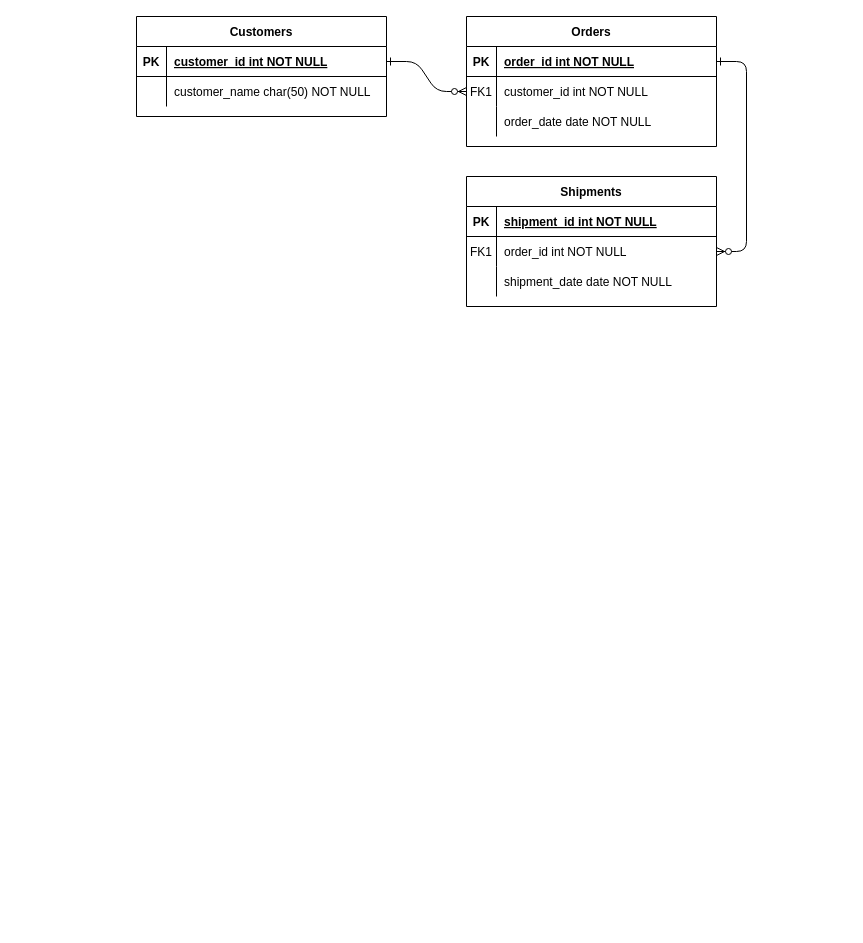
The draw.io diagram 제목 없는 다이어그램.drawio in gangfunction/catchvbackend, before the edit. Source tidied: cells renumbered, new cells numbered last; positions are measured from the earlier drawing's top-left corner, leaving out a move shared by most shapes. Both pictures are drawn from the tidied source at 100%, with x=0, y=0 at pixel (136, 16).
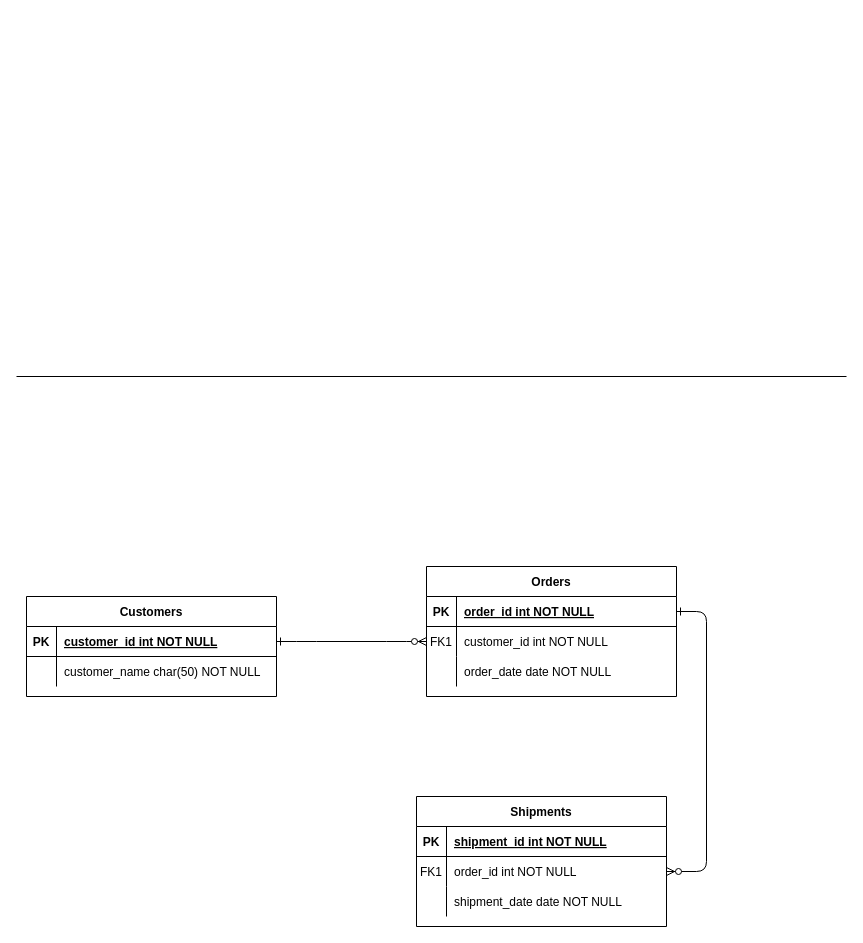
The same page after the edit.

What changed in the source:
```diff
@@
     <mxCell id="4" value="Orders" style="shape=table;startSize=30;childLayout=tableLayout;rowLines=0;fontStyle=1;align=center;" parent="1" vertex="1">
-      <mxGeometry x="330" width="250" height="130" as="geometry" />
+      <mxGeometry x="290" y="550" width="250" height="130" as="geometry" />
     </mxCell>
@@
     <mxCell id="14" value="Shipments" style="shape=table;startSize=30;childLayout=tableLayout;rowLines=0;fontStyle=1;align=center;" parent="1" vertex="1">
-      <mxGeometry x="330" y="160" width="250" height="130" as="geometry" />
+      <mxGeometry x="280" y="780" width="250" height="130" as="geometry" />
     </mxCell>
@@
     <mxCell id="24" value="Customers" style="shape=table;startSize=30;childLayout=tableLayout;rowLines=0;fontStyle=1;align=center;" parent="1" vertex="1">
-      <mxGeometry width="250" height="100" as="geometry" />
+      <mxGeometry x="-110" y="580" width="250" height="100" as="geometry" />
     </mxCell>
@@
+    <mxCell id="31" style="endArrow=none;html=1;rounded=0;" parent="1" edge="1">
+      <mxGeometry relative="1" as="geometry">
+        <mxPoint x="-120" y="360" as="sourcePoint" />
+        <mxPoint x="710" y="360" as="targetPoint" />
+      </mxGeometry>
+    </mxCell>
```
